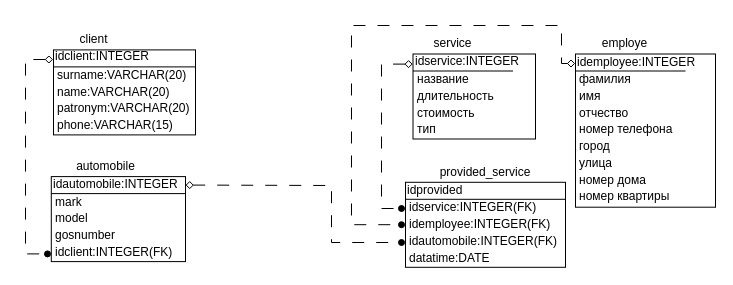
Earlier version of the draw.io diagram Physic.drawio (Mejioy/SUBD). Source tidied: cells renumbered, new cells numbered last; positions are measured from the earlier drawing's top-left corner, leaving out a move shared by most shapes. Both pictures are drawn from the tidied source at 100%, with x=0, y=0 at pixel (25, 25). Pictures stored in the file or linked from it are replaced by grey dashed boxes.
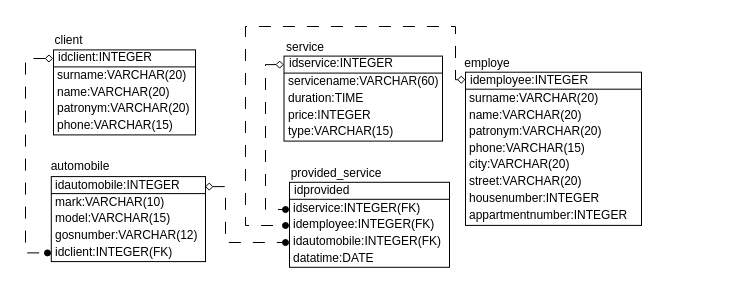
The same page after the edit.

The change refers to these unchanged cells:
```xml
<mxCell id="2" style="rounded=0;whiteSpace=wrap;html=1;" parent="1" vertex="1">
  <mxGeometry x="28" y="24.4" width="142" height="85" as="geometry" />
</mxCell>
```

Change to the diagram source:
```diff
@@
-    <mxCell id="4" style="edgeStyle=orthogonalEdgeStyle;rounded=0;jettySize=auto;html=1;exitX=-0.003;exitY=0.113;exitDx=0;exitDy=0;exitPerimeter=0;dashed=1;dashPattern=12 12;startArrow=diamond;startFill=0;endArrow=oval;endFill=1;" parent="1" edge="1" source="2">
+    <mxCell id="4" style="edgeStyle=orthogonalEdgeStyle;rounded=0;orthogonalLoop=1;jettySize=auto;html=1;exitX=-0.003;exitY=0.113;exitDx=0;exitDy=0;exitPerimeter=0;dashed=1;dashPattern=12 12;startArrow=diamond;startFill=0;endArrow=oval;endFill=1;" parent="1" edge="1">
       <mxGeometry relative="1" as="geometry">
-        <mxPoint x="22" y="228.4" as="targetPoint" />
+        <mxPoint x="27.6" y="33" as="sourcePoint" />
+        <mxPoint x="22" y="227.4" as="targetPoint" />
         <Array as="points">
-          <mxPoint y="34.4" />
-          <mxPoint y="228.4" />
+          <mxPoint y="33.4" />
+          <mxPoint y="227.4" />
         </Array>
       </mxGeometry>
     </mxCell>
     <mxCell id="5" value="client" style="text;html=1;strokeColor=none;fillColor=none;align=center;verticalAlign=middle;whiteSpace=wrap;rounded=0;" parent="1" vertex="1">
-      <mxGeometry x="45.5" y="5.9" width="45" height="16.8" as="geometry" />
+      <mxGeometry x="27.8" y="6.9" width="30.8" height="16.8" as="geometry" />
     </mxCell>
     <mxCell id="6" value="idclient:INTEGER" style="text;html=1;strokeColor=none;fillColor=none;align=left;verticalAlign=middle;whiteSpace=wrap;rounded=0;" parent="1" vertex="1">
-      <mxGeometry x="28" y="22.7" width="100" height="16.8" as="geometry" />
+      <mxGeometry x="31" y="23.7" width="100" height="16.8" as="geometry" />
     </mxCell>
@@
     <mxCell id="12" style="rounded=0;whiteSpace=wrap;html=1;" parent="1" vertex="1">
-      <mxGeometry x="25.8" y="151.1" width="134.2" height="85" as="geometry" />
+      <mxGeometry x="25.8" y="151.1" width="154.2" height="85" as="geometry" />
     </mxCell>
     <mxCell id="13" value="automobile" style="text;html=1;strokeColor=none;fillColor=none;align=center;verticalAlign=middle;whiteSpace=wrap;rounded=0;" parent="1" vertex="1">
-      <mxGeometry x="43.2" y="132.6" width="74.8" height="16.8" as="geometry" />
+      <mxGeometry x="25.8" y="132.4" width="58" height="16.8" as="geometry" />
     </mxCell>
     <mxCell id="14" value="idautomobile:INTEGER" style="text;html=1;strokeColor=none;fillColor=none;align=left;verticalAlign=middle;whiteSpace=wrap;rounded=0;" parent="1" vertex="1">
-      <mxGeometry x="25.8" y="150.6" width="132.2" height="16.8" as="geometry" />
+      <mxGeometry x="27.8" y="151.6" width="132.2" height="16.8" as="geometry" />
     </mxCell>
@@
     <mxCell id="16" style="endArrow=none;html=1;rounded=0;" parent="1" edge="1">
       <mxGeometry relative="1" as="geometry">
         <mxPoint x="25.8" y="168.1" as="sourcePoint" />
-        <mxPoint x="160" y="168.1" as="targetPoint" />
+        <mxPoint x="180" y="168.1" as="targetPoint" />
       </mxGeometry>
     </mxCell>
-    <mxCell id="17" value="mark" style="text;html=1;strokeColor=none;fillColor=none;align=left;verticalAlign=middle;whiteSpace=wrap;rounded=0;" parent="1" vertex="1">
-      <mxGeometry x="27.8" y="168.1" width="40.2" height="16.8" as="geometry" />
+    <mxCell id="17" value="mark:VARCHAR(10)" style="text;html=1;strokeColor=none;fillColor=none;align=left;verticalAlign=middle;whiteSpace=wrap;rounded=0;" parent="1" vertex="1">
+      <mxGeometry x="27.8" y="168.1" width="112.2" height="16.8" as="geometry" />
     </mxCell>
-    <mxCell id="18" value="model" style="text;html=1;strokeColor=none;fillColor=none;align=left;verticalAlign=middle;whiteSpace=wrap;rounded=0;" parent="1" vertex="1">
-      <mxGeometry x="27.8" y="184.9" width="50.2" height="16.8" as="geometry" />
+    <mxCell id="18" value="model:VARCHAR(15)" style="text;html=1;strokeColor=none;fillColor=none;align=left;verticalAlign=middle;whiteSpace=wrap;rounded=0;" parent="1" vertex="1">
+      <mxGeometry x="27.8" y="184.9" width="122.2" height="16.8" as="geometry" />
     </mxCell>
-    <mxCell id="19" value="gosnumber" style="text;html=1;strokeColor=none;fillColor=none;align=left;verticalAlign=middle;whiteSpace=wrap;rounded=0;" parent="1" vertex="1">
+    <mxCell id="19" value="gosnumber:VARCHAR(12)" style="text;html=1;strokeColor=none;fillColor=none;align=left;verticalAlign=middle;whiteSpace=wrap;rounded=0;" parent="1" vertex="1">
       <mxGeometry x="27.8" y="201.7" width="70.2" height="16.8" as="geometry" />
     </mxCell>
     <mxCell id="20" style="rounded=0;whiteSpace=wrap;html=1;" parent="1" vertex="1">
-      <mxGeometry x="550" y="28.5" width="140" height="153.2" as="geometry" />
+      <mxGeometry x="440" y="46.7" width="176" height="153.2" as="geometry" />
     </mxCell>
-    <mxCell id="21" style="edgeStyle=orthogonalEdgeStyle;rounded=0;jettySize=auto;html=1;exitX=-0.002;exitY=0.062;exitDx=0;exitDy=0;entryX=0;entryY=0.5;entryDx=0;entryDy=0;startArrow=diamond;startFill=0;endArrow=oval;endFill=1;dashed=1;dashPattern=12 12;exitPerimeter=0;" parent="1" edge="1" source="20">
+    <mxCell id="21" style="edgeStyle=orthogonalEdgeStyle;rounded=0;jettySize=auto;html=1;exitX=0;exitY=0.049;exitDx=0;exitDy=0;startArrow=diamond;startFill=0;endArrow=oval;endFill=1;dashed=1;dashPattern=12 12;exitPerimeter=0;" parent="1" edge="1" source="20">
       <mxGeometry relative="1" as="geometry">
-        <mxPoint x="376" y="199.2" as="targetPoint" />
+        <mxPoint x="260" y="200" as="targetPoint" />
         <Array as="points">
-          <mxPoint x="536" y="38" />
-          <mxPoint x="536" />
-          <mxPoint x="326" />
-          <mxPoint x="326" y="199" />
+          <mxPoint x="430" y="55" />
+          <mxPoint x="430" y="1" />
+          <mxPoint x="220" y="1" />
+          <mxPoint x="220" y="200" />
         </Array>
       </mxGeometry>
     </mxCell>
     <mxCell id="22" value="employe" style="text;html=1;strokeColor=none;fillColor=none;align=center;verticalAlign=middle;whiteSpace=wrap;rounded=0;" parent="1" vertex="1">
-      <mxGeometry x="567.5" y="10" width="62.5" height="16.8" as="geometry" />
+      <mxGeometry x="440" y="29.9" width="44" height="16.8" as="geometry" />
     </mxCell>
     <mxCell id="23" value="idemployee:INTEGER" style="text;html=1;strokeColor=none;fillColor=none;align=left;verticalAlign=middle;whiteSpace=wrap;rounded=0;" parent="1" vertex="1">
-      <mxGeometry x="550" y="28.5" width="130" height="16.8" as="geometry" />
+      <mxGeometry x="443" y="46.7" width="130" height="16.8" as="geometry" />
     </mxCell>
-    <mxCell id="24" value="номер телефона" style="text;html=1;strokeColor=none;fillColor=none;align=left;verticalAlign=middle;whiteSpace=wrap;rounded=0;" parent="1" vertex="1">
-      <mxGeometry x="552" y="95.8" width="102.5" height="16.8" as="geometry" />
-    </mxCell>
     <mxCell id="25" style="endArrow=none;html=1;rounded=0;" parent="1" edge="1">
       <mxGeometry relative="1" as="geometry">
-        <mxPoint x="550" y="45.5" as="sourcePoint" />
-        <mxPoint x="660" y="45.5" as="targetPoint" />
+        <mxPoint x="440" y="63.7" as="sourcePoint" />
+        <mxPoint x="616" y="63.7" as="targetPoint" />
       </mxGeometry>
     </mxCell>
-    <mxCell id="26" value="фамилия" style="text;html=1;strokeColor=none;fillColor=none;align=left;verticalAlign=middle;whiteSpace=wrap;rounded=0;" parent="1" vertex="1">
-      <mxGeometry x="552" y="45.5" width="60" height="16.8" as="geometry" />
-    </mxCell>
-    <mxCell id="27" value="имя" style="text;html=1;strokeColor=none;fillColor=none;align=left;verticalAlign=middle;whiteSpace=wrap;rounded=0;" parent="1" vertex="1">
-      <mxGeometry x="552" y="62.3" width="30" height="16.8" as="geometry" />
-    </mxCell>
-    <mxCell id="28" value="отчество" style="text;html=1;strokeColor=none;fillColor=none;align=left;verticalAlign=middle;whiteSpace=wrap;rounded=0;" parent="1" vertex="1">
-      <mxGeometry x="552" y="79.1" width="58" height="16.8" as="geometry" />
-    </mxCell>
-    <mxCell id="29" value="номер квартиры" style="text;html=1;strokeColor=none;fillColor=none;align=left;verticalAlign=middle;whiteSpace=wrap;rounded=0;" parent="1" vertex="1">
-      <mxGeometry x="552" y="163" width="102.5" height="16.8" as="geometry" />
+    <mxCell id="29" value="appartmentnumber:INTEGER" style="text;html=1;strokeColor=none;fillColor=none;align=left;verticalAlign=middle;whiteSpace=wrap;rounded=0;" parent="1" vertex="1">
+      <mxGeometry x="442" y="181.1" width="102.5" height="16.8" as="geometry" />
     </mxCell>
-    <mxCell id="30" value="город" style="text;html=1;strokeColor=none;fillColor=none;align=left;verticalAlign=middle;whiteSpace=wrap;rounded=0;" parent="1" vertex="1">
-      <mxGeometry x="552" y="112.6" width="60" height="16.8" as="geometry" />
+    <mxCell id="30" value="city:VARCHAR(20)" style="text;html=1;strokeColor=none;fillColor=none;align=left;verticalAlign=middle;whiteSpace=wrap;rounded=0;" parent="1" vertex="1">
+      <mxGeometry x="442" y="130.8" width="104" height="16.8" as="geometry" />
     </mxCell>
-    <mxCell id="31" value="улица" style="text;html=1;strokeColor=none;fillColor=none;align=left;verticalAlign=middle;whiteSpace=wrap;rounded=0;" parent="1" vertex="1">
-      <mxGeometry x="552" y="129.4" width="30" height="16.8" as="geometry" />
+    <mxCell id="31" value="street:VARCHAR(20)" style="text;html=1;strokeColor=none;fillColor=none;align=left;verticalAlign=middle;whiteSpace=wrap;rounded=0;" parent="1" vertex="1">
+      <mxGeometry x="442" y="147.6" width="124" height="16.8" as="geometry" />
     </mxCell>
-    <mxCell id="32" value="номер дома" style="text;html=1;strokeColor=none;fillColor=none;align=left;verticalAlign=middle;whiteSpace=wrap;rounded=0;" parent="1" vertex="1">
-      <mxGeometry x="552" y="146.2" width="78" height="16.8" as="geometry" />
+    <mxCell id="32" value="housenumber:INTEGER" style="text;html=1;strokeColor=none;fillColor=none;align=left;verticalAlign=middle;whiteSpace=wrap;rounded=0;" parent="1" vertex="1">
+      <mxGeometry x="442" y="164.3" width="78" height="16.8" as="geometry" />
     </mxCell>
@@
     <mxCell id="34" style="rounded=0;whiteSpace=wrap;html=1;" parent="1" vertex="1">
-      <mxGeometry x="380" y="156.8" width="160" height="85" as="geometry" />
+      <mxGeometry x="264" y="156.8" width="160" height="85" as="geometry" />
     </mxCell>
     <mxCell id="35" value="provided_service" style="text;html=1;strokeColor=none;fillColor=none;align=center;verticalAlign=middle;whiteSpace=wrap;rounded=0;" parent="1" vertex="1">
-      <mxGeometry x="410" y="138.2" width="100" height="16.8" as="geometry" />
+      <mxGeometry x="264" y="140" width="94" height="16.8" as="geometry" />
     </mxCell>
     <mxCell id="36" value="idprovided" style="text;html=1;strokeColor=none;fillColor=none;align=left;verticalAlign=middle;whiteSpace=wrap;rounded=0;" parent="1" vertex="1">
-      <mxGeometry x="379.5" y="156.8" width="140.5" height="16.8" as="geometry" />
+      <mxGeometry x="266.5" y="156.8" width="140.5" height="16.8" as="geometry" />
     </mxCell>
     <mxCell id="37" value="datatime:DATE" style="text;html=1;strokeColor=none;fillColor=none;align=left;verticalAlign=middle;whiteSpace=wrap;rounded=0;" parent="1" vertex="1">
-      <mxGeometry x="382" y="224.1" width="102.5" height="16.8" as="geometry" />
+      <mxGeometry x="266" y="224.1" width="102.5" height="16.8" as="geometry" />
     </mxCell>
     <mxCell id="38" style="endArrow=none;html=1;rounded=0;" parent="1" edge="1">
       <mxGeometry relative="1" as="geometry">
-        <mxPoint x="380" y="173.8" as="sourcePoint" />
-        <mxPoint x="540" y="173.8" as="targetPoint" />
+        <mxPoint x="264" y="173.8" as="sourcePoint" />
+        <mxPoint x="424" y="173.8" as="targetPoint" />
       </mxGeometry>
     </mxCell>
     <mxCell id="39" value="idservice:INTEGER(FK)" style="text;html=1;strokeColor=none;fillColor=none;align=left;verticalAlign=middle;whiteSpace=wrap;rounded=0;" parent="1" vertex="1">
-      <mxGeometry x="382" y="173.8" width="138" height="16.8" as="geometry" />
+      <mxGeometry x="266" y="174.8" width="138" height="16.8" as="geometry" />
     </mxCell>
     <mxCell id="40" value="idemployee:INTEGER(FK)" style="text;html=1;strokeColor=none;fillColor=none;align=left;verticalAlign=middle;whiteSpace=wrap;rounded=0;" parent="1" vertex="1">
-      <mxGeometry x="382" y="190.5" width="148" height="16.8" as="geometry" />
+      <mxGeometry x="266" y="190.5" width="148" height="16.8" as="geometry" />
     </mxCell>
     <mxCell id="41" value="idautomobile:INTEGER(FK)" style="text;html=1;strokeColor=none;fillColor=none;align=left;verticalAlign=middle;whiteSpace=wrap;rounded=0;" parent="1" vertex="1">
-      <mxGeometry x="382" y="207.3" width="148" height="16.8" as="geometry" />
+      <mxGeometry x="266" y="207.3" width="148" height="16.8" as="geometry" />
     </mxCell>
     <mxCell id="42" style="rounded=0;whiteSpace=wrap;html=1;" parent="1" vertex="1">
-      <mxGeometry x="387.5" y="28.5" width="122.5" height="85" as="geometry" />
+      <mxGeometry x="258.5" y="30.6" width="158.5" height="85" as="geometry" />
     </mxCell>
     <mxCell id="43" value="service" style="text;html=1;strokeColor=none;fillColor=none;align=center;verticalAlign=middle;whiteSpace=wrap;rounded=0;" parent="1" vertex="1">
-      <mxGeometry x="405" y="10" width="45" height="16.8" as="geometry" />
+      <mxGeometry x="258.5" y="13.1" width="41.5" height="16.8" as="geometry" />
     </mxCell>
     <mxCell id="44" value="idservice:INTEGER" style="text;html=1;strokeColor=none;fillColor=none;align=left;verticalAlign=middle;whiteSpace=wrap;rounded=0;" parent="1" vertex="1">
-      <mxGeometry x="387.5" y="27.8" width="102.5" height="16.8" as="geometry" />
+      <mxGeometry x="261.5" y="29.9" width="102.5" height="16.8" as="geometry" />
     </mxCell>
-    <mxCell id="45" value="тип" style="text;html=1;strokeColor=none;fillColor=none;align=left;verticalAlign=middle;whiteSpace=wrap;rounded=0;" parent="1" vertex="1">
-      <mxGeometry x="389.5" y="95.8" width="32" height="16.8" as="geometry" />
+    <mxCell id="45" value="type:VARCHAR(15)" style="text;html=1;strokeColor=none;fillColor=none;align=left;verticalAlign=middle;whiteSpace=wrap;rounded=0;" parent="1" vertex="1">
+      <mxGeometry x="260.5" y="97.9" width="116.5" height="16.8" as="geometry" />
     </mxCell>
     <mxCell id="46" style="endArrow=none;html=1;rounded=0;" parent="1" edge="1">
       <mxGeometry relative="1" as="geometry">
-        <mxPoint x="387.5" y="45.5" as="sourcePoint" />
-        <mxPoint x="487.5" y="45.5" as="targetPoint" />
+        <mxPoint x="258.5" y="47.6" as="sourcePoint" />
+        <mxPoint x="417" y="47.6" as="targetPoint" />
       </mxGeometry>
     </mxCell>
-    <mxCell id="47" value="название" style="text;html=1;strokeColor=none;fillColor=none;align=left;verticalAlign=middle;whiteSpace=wrap;rounded=0;" parent="1" vertex="1">
-      <mxGeometry x="389.5" y="45.5" width="60" height="16.8" as="geometry" />
+    <mxCell id="47" value="servicename:VARCHAR(60)" style="text;html=1;strokeColor=none;fillColor=none;align=left;verticalAlign=middle;whiteSpace=wrap;rounded=0;" parent="1" vertex="1">
+      <mxGeometry x="260.5" y="47.6" width="166.5" height="16.8" as="geometry" />
     </mxCell>
-    <mxCell id="48" value="длительность" style="text;html=1;strokeColor=none;fillColor=none;align=left;verticalAlign=middle;whiteSpace=wrap;rounded=0;" parent="1" vertex="1">
-      <mxGeometry x="389.5" y="62.3" width="82" height="16.8" as="geometry" />
+    <mxCell id="48" value="duration:TIME" style="text;html=1;strokeColor=none;fillColor=none;align=left;verticalAlign=middle;whiteSpace=wrap;rounded=0;" parent="1" vertex="1">
+      <mxGeometry x="260.5" y="64.4" width="96.5" height="16.8" as="geometry" />
     </mxCell>
-    <mxCell id="49" value="стоимость" style="text;html=1;strokeColor=none;fillColor=none;align=left;verticalAlign=middle;whiteSpace=wrap;rounded=0;" parent="1" vertex="1">
-      <mxGeometry x="389.5" y="79.1" width="58" height="16.8" as="geometry" />
+    <mxCell id="49" value="price:INTEGER" style="text;html=1;strokeColor=none;fillColor=none;align=left;verticalAlign=middle;whiteSpace=wrap;rounded=0;" parent="1" vertex="1">
+      <mxGeometry x="260.5" y="81.2" width="136.5" height="16.8" as="geometry" />
     </mxCell>
-    <mxCell id="50" style="edgeStyle=orthogonalEdgeStyle;rounded=0;jettySize=auto;html=1;startArrow=diamond;startFill=0;endArrow=oval;endFill=1;dashed=1;dashPattern=12 12;exitX=-0.002;exitY=0.119;exitDx=0;exitDy=0;exitPerimeter=0;" parent="1" edge="1" source="42">
+    <mxCell id="50" style="edgeStyle=orthogonalEdgeStyle;rounded=0;jettySize=auto;html=1;startArrow=diamond;startFill=0;endArrow=oval;endFill=1;dashed=1;dashPattern=12 12;exitX=-0.001;exitY=0.1;exitDx=0;exitDy=0;exitPerimeter=0;" parent="1" edge="1" source="42">
       <mxGeometry relative="1" as="geometry">
-        <mxPoint x="376" y="183" as="targetPoint" />
+        <mxPoint x="260" y="184" as="targetPoint" />
         <Array as="points">
-          <mxPoint x="356" y="39" />
-          <mxPoint x="356" y="183" />
+          <mxPoint x="240" y="39" />
+          <mxPoint x="240" y="184" />
         </Array>
       </mxGeometry>
     </mxCell>
-    <mxCell id="51" style="edgeStyle=orthogonalEdgeStyle;rounded=0;jettySize=auto;html=1;exitX=1;exitY=0.1;exitDx=0;exitDy=0;startArrow=diamond;startFill=0;endArrow=oval;endFill=1;dashed=1;dashPattern=12 12;exitPerimeter=0;" parent="1" edge="1" source="12">
+    <mxCell id="51" style="edgeStyle=orthogonalEdgeStyle;rounded=0;jettySize=auto;html=1;exitX=0.997;exitY=0.118;exitDx=0;exitDy=0;startArrow=diamond;startFill=0;endArrow=oval;endFill=1;dashed=1;dashPattern=12 12;exitPerimeter=0;" parent="1" edge="1" source="12">
       <mxGeometry relative="1" as="geometry">
-        <mxPoint x="376" y="217" as="targetPoint" />
+        <mxPoint x="260" y="217" as="targetPoint" />
         <Array as="points">
-          <mxPoint x="180" y="160" />
-          <mxPoint x="306" y="160" />
-          <mxPoint x="306" y="217" />
+          <mxPoint x="200" y="161" />
+          <mxPoint x="200" y="217" />
         </Array>
       </mxGeometry>
     </mxCell>
+    <mxCell id="52" value="phone:VARCHAR(15)" style="text;html=1;strokeColor=none;fillColor=none;align=left;verticalAlign=middle;whiteSpace=wrap;rounded=0;" parent="1" vertex="1">
+      <mxGeometry x="442" y="114.8" width="120" height="16.8" as="geometry" />
+    </mxCell>
+    <mxCell id="53" value="surname:VARCHAR(20)" style="text;html=1;strokeColor=none;fillColor=none;align=left;verticalAlign=middle;whiteSpace=wrap;rounded=0;" parent="1" vertex="1">
+      <mxGeometry x="442" y="64.4" width="130" height="16.8" as="geometry" />
+    </mxCell>
+    <mxCell id="54" value="name:VARCHAR(20)" style="text;html=1;strokeColor=none;fillColor=none;align=left;verticalAlign=middle;whiteSpace=wrap;rounded=0;" parent="1" vertex="1">
+      <mxGeometry x="442" y="81.2" width="130" height="16.8" as="geometry" />
+    </mxCell>
+    <mxCell id="55" value="patronym:VARCHAR(20)" style="text;html=1;strokeColor=none;fillColor=none;align=left;verticalAlign=middle;whiteSpace=wrap;rounded=0;" parent="1" vertex="1">
+      <mxGeometry x="442" y="98" width="140" height="16.8" as="geometry" />
+    </mxCell>
```
